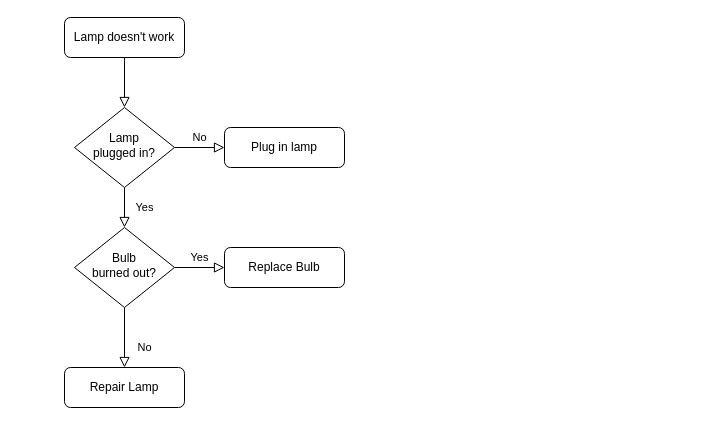
Earlier version of the draw.io diagram Untitled Diagram.drawio (BrendanPatrickM/100daysofcode). Source tidied: cells renumbered, new cells numbered last; positions are measured from the earlier drawing's top-left corner, leaving out a move shared by most shapes. Both pictures are drawn from the tidied source at 100%, with x=0, y=0 at pixel (64, 17).
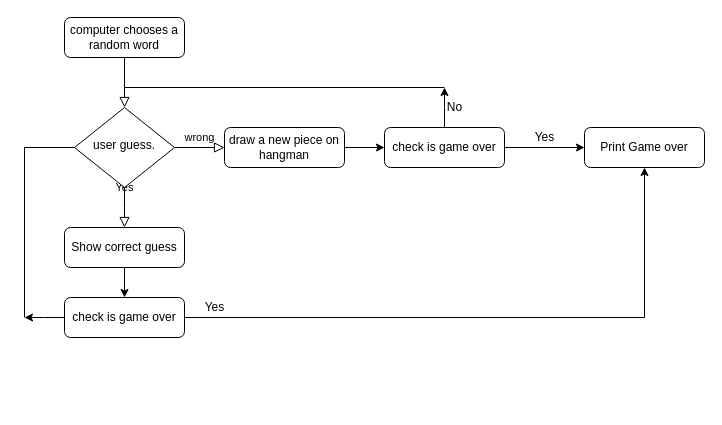
The same page after the edit.

Change to the diagram source:
```diff
@@
-    <mxCell id="3" value="Lamp doesn't work" style="rounded=1;whiteSpace=wrap;html=1;fontSize=12;glass=0;strokeWidth=1;shadow=0;" parent="1" vertex="1">
+    <mxCell id="3" value="computer chooses a random word" style="rounded=1;whiteSpace=wrap;html=1;fontSize=12;glass=0;strokeWidth=1;shadow=0;" parent="1" vertex="1">
       <mxGeometry width="120" height="40" as="geometry" />
     </mxCell>
-    <mxCell id="4" value="Yes" style="rounded=0;html=1;jettySize=auto;fontSize=11;endArrow=block;endFill=0;endSize=8;strokeWidth=1;shadow=0;labelBackgroundColor=none;edgeStyle=orthogonalEdgeStyle;" parent="1" edge="1" source="6" target="10">
-      <mxGeometry y="20" relative="1" as="geometry" />
+    <mxCell id="4" value="Yes" style="rounded=0;html=1;jettySize=auto;fontSize=11;endArrow=block;endFill=0;endSize=8;strokeWidth=1;shadow=0;labelBackgroundColor=none;edgeStyle=orthogonalEdgeStyle;" parent="1" edge="1" source="6">
+      <mxGeometry y="20" relative="1" as="geometry">
+        <mxPoint x="60" y="210" as="targetPoint" />
+      </mxGeometry>
     </mxCell>
-    <mxCell id="5" value="No" style="edgeStyle=orthogonalEdgeStyle;rounded=0;html=1;jettySize=auto;fontSize=11;endArrow=block;endFill=0;endSize=8;strokeWidth=1;shadow=0;labelBackgroundColor=none;" parent="1" edge="1" source="6" target="7">
+    <mxCell id="5" value="wrong" style="edgeStyle=orthogonalEdgeStyle;rounded=0;html=1;jettySize=auto;fontSize=11;endArrow=block;endFill=0;endSize=8;strokeWidth=1;shadow=0;labelBackgroundColor=none;" parent="1" edge="1" source="6" target="7">
       <mxGeometry y="10" relative="1" as="geometry" />
     </mxCell>
-    <mxCell id="6" value="Lamp&lt;br&gt;plugged in?" style="rhombus;whiteSpace=wrap;html=1;shadow=0;fontFamily=Helvetica;fontSize=12;align=center;strokeWidth=1;spacing=6;spacingTop=-4;" parent="1" vertex="1">
+    <mxCell id="6" value="user guess." style="rhombus;whiteSpace=wrap;html=1;shadow=0;fontFamily=Helvetica;fontSize=12;align=center;strokeWidth=1;spacing=6;spacingTop=-4;" parent="1" vertex="1">
       <mxGeometry x="10" y="90" width="100" height="80" as="geometry" />
     </mxCell>
+    <mxCell id="13" style="edgeStyle=orthogonalEdgeStyle;rounded=0;jettySize=auto;html=1;" parent="1" edge="1" source="7" target="16">
+      <mxGeometry relative="1" as="geometry" />
+    </mxCell>
-    <mxCell id="7" value="Plug in lamp" style="rounded=1;whiteSpace=wrap;html=1;fontSize=12;glass=0;strokeWidth=1;shadow=0;" parent="1" vertex="1">
+    <mxCell id="7" value="draw a new piece on hangman" style="rounded=1;whiteSpace=wrap;html=1;fontSize=12;glass=0;strokeWidth=1;shadow=0;" parent="1" vertex="1">
       <mxGeometry x="160" y="110" width="120" height="40" as="geometry" />
     </mxCell>
+    <mxCell id="14" style="edgeStyle=orthogonalEdgeStyle;rounded=0;jettySize=auto;html=1;" parent="1" edge="1" source="16" target="17">
+      <mxGeometry relative="1" as="geometry" />
+    </mxCell>
+    <mxCell id="15" style="edgeStyle=orthogonalEdgeStyle;rounded=0;jettySize=auto;html=1;" parent="1" edge="1" source="16">
+      <mxGeometry relative="1" as="geometry">
+        <mxPoint x="380" y="70" as="targetPoint" />
+      </mxGeometry>
+    </mxCell>
+    <mxCell id="16" value="check is game over" style="rounded=1;whiteSpace=wrap;html=1;" parent="1" vertex="1">
+      <mxGeometry x="320" y="110" width="120" height="40" as="geometry" />
+    </mxCell>
+    <mxCell id="17" value="Print Game over" style="whiteSpace=wrap;html=1;rounded=1;" parent="1" vertex="1">
+      <mxGeometry x="520" y="110" width="120" height="40" as="geometry" />
+    </mxCell>
+    <mxCell id="18" value="Yes" style="text;html=1;align=center;verticalAlign=middle;" parent="1" vertex="1">
+      <mxGeometry x="460" y="110" width="40" height="20" as="geometry" />
+    </mxCell>
+    <mxCell id="19" style="endArrow=none;html=1;" parent="1" edge="1">
+      <mxGeometry relative="1" as="geometry">
+        <mxPoint x="60" y="70" as="sourcePoint" />
+        <mxPoint x="380" y="70" as="targetPoint" />
+      </mxGeometry>
+    </mxCell>
-    <mxCell id="8" value="No" style="rounded=0;html=1;jettySize=auto;fontSize=11;endArrow=block;endFill=0;endSize=8;strokeWidth=1;shadow=0;labelBackgroundColor=none;edgeStyle=orthogonalEdgeStyle;" parent="1" edge="1" source="10" target="11">
-      <mxGeometry x="0.33" y="20" relative="1" as="geometry" />
+    <mxCell id="8" value="No" style="text;html=1;align=center;verticalAlign=middle;" parent="1" vertex="1">
+      <mxGeometry x="375" y="80" width="30" height="20" as="geometry" />
     </mxCell>
-    <mxCell id="9" value="Yes" style="edgeStyle=orthogonalEdgeStyle;rounded=0;html=1;jettySize=auto;fontSize=11;endArrow=block;endFill=0;endSize=8;strokeWidth=1;shadow=0;labelBackgroundColor=none;" parent="1" edge="1" source="10" target="12">
-      <mxGeometry y="10" relative="1" as="geometry" />
-    </mxCell>
-    <mxCell id="10" value="Bulb&lt;br&gt;burned out?" style="rhombus;whiteSpace=wrap;html=1;shadow=0;fontFamily=Helvetica;fontSize=12;align=center;strokeWidth=1;spacing=6;spacingTop=-4;" parent="1" vertex="1">
-      <mxGeometry x="10" y="210" width="100" height="80" as="geometry" />
-    </mxCell>
-    <mxCell id="11" value="Repair Lamp" style="rounded=1;whiteSpace=wrap;html=1;fontSize=12;glass=0;strokeWidth=1;shadow=0;" parent="1" vertex="1">
-      <mxGeometry y="350" width="120" height="40" as="geometry" />
-    </mxCell>
-    <mxCell id="12" value="Replace Bulb" style="rounded=1;whiteSpace=wrap;html=1;fontSize=12;glass=0;strokeWidth=1;shadow=0;" parent="1" vertex="1">
-      <mxGeometry x="160" y="230" width="120" height="40" as="geometry" />
-    </mxCell>
+    <mxCell id="20" style="edgeStyle=orthogonalEdgeStyle;rounded=0;jettySize=auto;html=1;exitX=0.5;exitY=1;exitDx=0;exitDy=0;entryX=0.5;entryY=0;entryDx=0;entryDy=0;" parent="1" edge="1" source="21" target="24">
+      <mxGeometry relative="1" as="geometry" />
+    </mxCell>
+    <mxCell id="21" value="Show correct guess" style="rounded=1;whiteSpace=wrap;html=1;fontSize=12;glass=0;strokeWidth=1;shadow=0;" parent="1" vertex="1">
+      <mxGeometry y="210" width="120" height="40" as="geometry" />
+    </mxCell>
+    <mxCell id="22" style="edgeStyle=orthogonalEdgeStyle;rounded=0;jettySize=auto;html=1;entryX=0.5;entryY=1;entryDx=0;entryDy=0;" parent="1" edge="1" source="24" target="17">
+      <mxGeometry relative="1" as="geometry" />
+    </mxCell>
+    <mxCell id="23" style="edgeStyle=orthogonalEdgeStyle;rounded=0;jettySize=auto;html=1;exitX=0;exitY=0.5;exitDx=0;exitDy=0;" parent="1" edge="1" source="24">
+      <mxGeometry relative="1" as="geometry">
+        <mxPoint x="-40" y="300" as="targetPoint" />
+      </mxGeometry>
+    </mxCell>
+    <mxCell id="24" value="check is game over" style="rounded=1;whiteSpace=wrap;html=1;" parent="1" vertex="1">
+      <mxGeometry y="280" width="120" height="40" as="geometry" />
+    </mxCell>
+    <mxCell id="25" value="Yes" style="text;html=1;align=center;verticalAlign=middle;" parent="1" vertex="1">
+      <mxGeometry x="130" y="280" width="40" height="20" as="geometry" />
+    </mxCell>
+    <mxCell id="26" style="endArrow=none;html=1;" parent="1" edge="1">
+      <mxGeometry relative="1" as="geometry">
+        <mxPoint x="-40" y="300" as="sourcePoint" />
+        <mxPoint x="-40" y="130" as="targetPoint" />
+      </mxGeometry>
+    </mxCell>
+    <mxCell id="27" style="endArrow=none;html=1;entryX=0;entryY=0.5;entryDx=0;entryDy=0;" parent="1" edge="1" target="6">
+      <mxGeometry relative="1" as="geometry">
+        <mxPoint x="-40" y="130" as="sourcePoint" />
+      </mxGeometry>
+    </mxCell>
```
